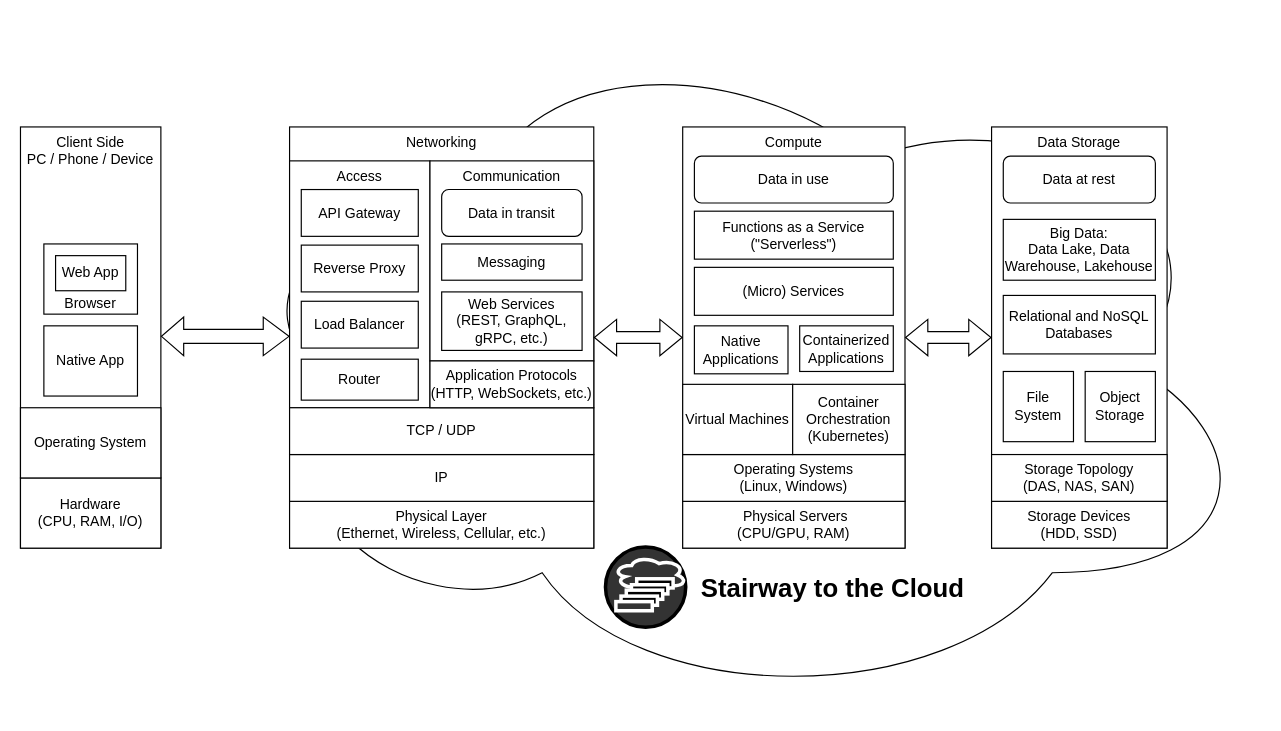
yoadg/yoadg.github.io keeps this draw.io diagram as page "Stack" (2 of 2) of diagrams/cloud.drawio. Above is the earlier version. Source tidied: cells renumbered, new cells numbered last; positions are measured from the earlier drawing's top-left corner, leaving out a move shared by most shapes. Both pictures are drawn from the tidied source at 117%, with x=0, y=0 at pixel (20, 20). Pictures stored in the file or linked from it are replaced by grey dashed boxes.
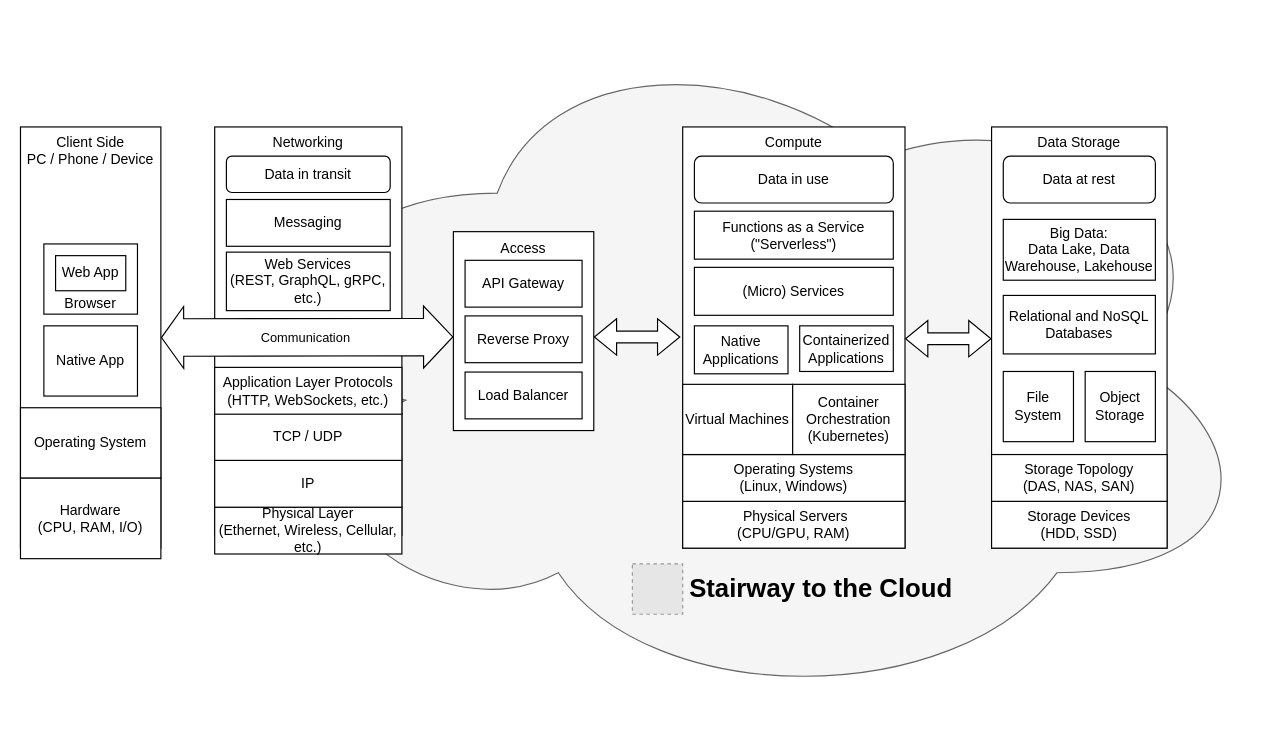
The same page after the edit.

The change refers to these unchanged cells:
```xml
<mxCell id="18" value="Compute" style="rounded=0;whiteSpace=wrap;html=1;verticalAlign=top;" parent="1" vertex="1">
  <mxGeometry x="566" y="91" width="190" height="360" as="geometry" />
</mxCell>
<mxCell id="23" value="Data Storage" style="rounded=0;whiteSpace=wrap;html=1;verticalAlign=top;" parent="1" vertex="1">
  <mxGeometry x="830" y="91" width="150" height="360" as="geometry" />
</mxCell>
```

What changed in the source:
```diff
@@
-    <mxCell id="2" style="ellipse;shape=cloud;whiteSpace=wrap;html=1;" parent="1" vertex="1">
-      <mxGeometry x="170" width="890" height="590" as="geometry" />
+    <mxCell id="2" style="ellipse;shape=cloud;whiteSpace=wrap;html=1;fillColor=#f5f5f5;fontColor=#333333;strokeColor=#666666;" parent="1" vertex="1">
+      <mxGeometry x="190" width="870" height="590" as="geometry" />
     </mxCell>
     <mxCell id="3" value="Networking" style="rounded=0;whiteSpace=wrap;html=1;verticalAlign=top;" parent="1" vertex="1">
-      <mxGeometry x="230" y="91" width="260" height="360" as="geometry" />
+      <mxGeometry x="166" y="91" width="160" height="349" as="geometry" />
     </mxCell>
     <mxCell id="4" value="Access" style="rounded=0;whiteSpace=wrap;html=1;verticalAlign=top;" parent="1" vertex="1">
-      <mxGeometry x="230" y="120" width="120" height="211" as="geometry" />
+      <mxGeometry x="370" y="180.5" width="120" height="170" as="geometry" />
     </mxCell>
-    <mxCell id="5" value="Communication" style="rounded=0;whiteSpace=wrap;html=1;verticalAlign=top;" parent="1" vertex="1">
-      <mxGeometry x="350" y="120" width="140" height="171" as="geometry" />
-    </mxCell>
@@
     <mxCell id="7" value="Hardware &lt;br&gt;(CPU, RAM, I/O)" style="rounded=0;whiteSpace=wrap;html=1;" parent="1" vertex="1">
-      <mxGeometry y="391" width="120" height="60" as="geometry" />
+      <mxGeometry y="391" width="120" height="69" as="geometry" />
     </mxCell>
@@
     <mxCell id="12" value="Physical Layer &lt;br&gt;(Ethernet, Wireless, Cellular, etc.)" style="rounded=0;whiteSpace=wrap;html=1;" parent="1" vertex="1">
-      <mxGeometry x="230" y="411" width="260" height="40" as="geometry" />
+      <mxGeometry x="166" y="416" width="160" height="40" as="geometry" />
     </mxCell>
     <mxCell id="13" value="IP" style="rounded=0;whiteSpace=wrap;html=1;" parent="1" vertex="1">
-      <mxGeometry x="230" y="371" width="260" height="40" as="geometry" />
+      <mxGeometry x="166" y="376" width="160" height="40" as="geometry" />
     </mxCell>
     <mxCell id="14" value="TCP / UDP" style="rounded=0;whiteSpace=wrap;html=1;" parent="1" vertex="1">
-      <mxGeometry x="230" y="331" width="260" height="40" as="geometry" />
+      <mxGeometry x="166" y="336" width="160" height="40" as="geometry" />
     </mxCell>
-    <mxCell id="15" value="Application Protocols (HTTP, WebSockets, etc.)" style="rounded=0;whiteSpace=wrap;html=1;" parent="1" vertex="1">
-      <mxGeometry x="350" y="291" width="140" height="40" as="geometry" />
+    <mxCell id="15" value="Application Layer Protocols &lt;br&gt;(HTTP, WebSockets, etc.)" style="rounded=0;whiteSpace=wrap;html=1;" parent="1" vertex="1">
+      <mxGeometry x="166" y="296.5" width="160" height="40" as="geometry" />
     </mxCell>
     <mxCell id="16" value="Web Services &lt;br&gt;(REST, GraphQL, gRPC, etc.)" style="rounded=0;whiteSpace=wrap;html=1;" parent="1" vertex="1">
-      <mxGeometry x="360" y="232" width="120" height="50" as="geometry" />
+      <mxGeometry x="176" y="198" width="140" height="50" as="geometry" />
     </mxCell>
     <mxCell id="17" value="Messaging" style="rounded=0;whiteSpace=wrap;html=1;" parent="1" vertex="1">
-      <mxGeometry x="360" y="191" width="120" height="31" as="geometry" />
+      <mxGeometry x="176" y="153" width="140" height="40" as="geometry" />
     </mxCell>
@@
-    <mxCell id="33" style="shape=flexArrow;endArrow=classic;startArrow=classic;html=1;rounded=0;exitX=1;exitY=0.5;exitDx=0;exitDy=0;entryX=0;entryY=0.5;entryDx=0;entryDy=0;" parent="1" edge="1" source="18" target="23">
-      <mxGeometry relative="1" as="geometry" />
-    </mxCell>
-    <mxCell id="34" style="shape=flexArrow;endArrow=classic;startArrow=classic;html=1;rounded=0;exitX=1;exitY=0.5;exitDx=0;exitDy=0;width=12;endSize=7;" parent="1" edge="1">
+    <mxCell id="34" value="Communication&amp;nbsp;" style="shape=flexArrow;endArrow=classic;startArrow=classic;html=1;rounded=0;exitX=1;exitY=0.5;exitDx=0;exitDy=0;width=32;endSize=8;fillColor=default;entryX=0;entryY=0.75;entryDx=0;entryDy=0;" parent="1" edge="1">
       <mxGeometry relative="1" as="geometry">
-        <mxPoint x="120" y="270" as="sourcePoint" />
-        <mxPoint x="230" y="270" as="targetPoint" />
+        <mxPoint x="120" y="271" as="sourcePoint" />
+        <mxPoint x="370" y="270.5" as="targetPoint" />
       </mxGeometry>
     </mxCell>
-    <mxCell id="35" value="Router" style="rounded=0;whiteSpace=wrap;html=1;" parent="1" vertex="1">
-      <mxGeometry x="240" y="289.5" width="100" height="35" as="geometry" />
-    </mxCell>
     <mxCell id="36" value="Load Balancer" style="rounded=0;whiteSpace=wrap;html=1;" parent="1" vertex="1">
-      <mxGeometry x="240" y="240" width="100" height="40" as="geometry" />
+      <mxGeometry x="380" y="300.5" width="100" height="40" as="geometry" />
     </mxCell>
     <mxCell id="37" value="Reverse Proxy" style="rounded=0;whiteSpace=wrap;html=1;" parent="1" vertex="1">
-      <mxGeometry x="240" y="192" width="100" height="40" as="geometry" />
+      <mxGeometry x="380" y="252.5" width="100" height="40" as="geometry" />
     </mxCell>
     <mxCell id="38" value="API Gateway" style="rounded=0;whiteSpace=wrap;html=1;" parent="1" vertex="1">
-      <mxGeometry x="240" y="144.5" width="100" height="40" as="geometry" />
+      <mxGeometry x="380" y="205" width="100" height="40" as="geometry" />
     </mxCell>
-    <mxCell id="39" style="group;" parent="1" vertex="1">
-      <mxGeometry x="500" y="450" width="80" height="70" as="geometry" />
-    </mxCell>
-    <mxCell id="40" style="ellipse;whiteSpace=wrap;html=1;fillStyle=solid;strokeColor=#000000;strokeWidth=3;fillColor=#333333;" parent="39" vertex="1">
-      <mxGeometry width="68.6" height="68.6" as="geometry" />
-    </mxCell>
-    <mxCell id="41" style="ellipse;shape=cloud;whiteSpace=wrap;html=1;strokeColor=#FFFFFF;strokeWidth=3;fillColor=none;" parent="39" vertex="1">
-      <mxGeometry x="6.9" y="7.8" width="62.2" height="31.9" as="geometry" />
-    </mxCell>
-    <mxCell id="42" style="rounded=0;whiteSpace=wrap;html=1;strokeColor=#FFFFFF;fillColor=#000000;strokeWidth=3;" parent="39" vertex="1">
-      <mxGeometry x="26.7" y="27.2" width="31.1" height="7.8" as="geometry" />
-    </mxCell>
-    <mxCell id="43" style="rounded=0;whiteSpace=wrap;html=1;strokeColor=#FFFFFF;fillColor=#000000;strokeWidth=3;" parent="39" vertex="1">
-      <mxGeometry x="22.2" y="32.3" width="31.1" height="7.8" as="geometry" />
-    </mxCell>
-    <mxCell id="44" style="rounded=0;whiteSpace=wrap;html=1;strokeColor=#FFFFFF;fillColor=#000000;strokeWidth=3;" parent="39" vertex="1">
-      <mxGeometry x="17.8" y="36.9" width="31.1" height="7.8" as="geometry" />
-    </mxCell>
-    <mxCell id="45" style="rounded=0;whiteSpace=wrap;html=1;strokeColor=#FFFFFF;fillColor=#000000;strokeWidth=3;" parent="39" vertex="1">
-      <mxGeometry x="13.3" y="42" width="31.1" height="7.8" as="geometry" />
-    </mxCell>
-    <mxCell id="46" style="rounded=0;whiteSpace=wrap;html=1;strokeColor=#FFFFFF;fillColor=#333333;strokeWidth=3;" parent="39" vertex="1">
-      <mxGeometry x="8.9" y="46.7" width="31.1" height="7.8" as="geometry" />
-    </mxCell>
     <mxCell id="47" value="&lt;h1 style=&quot;font-size: 22px;&quot;&gt;Stairway to the Cloud&lt;/h1&gt;" style="text;strokeColor=none;align=left;fillColor=none;html=1;verticalAlign=middle;whiteSpace=wrap;rounded=0;fontSize=22;" parent="1" vertex="1">
-      <mxGeometry x="580" y="471" width="270" height="30" as="geometry" />
+      <mxGeometry x="570" y="471" width="270" height="30" as="geometry" />
     </mxCell>
-    <mxCell id="48" style="shape=flexArrow;endArrow=classic;startArrow=classic;html=1;rounded=0;exitX=1;exitY=0.5;exitDx=0;exitDy=0;entryX=0;entryY=0.5;entryDx=0;entryDy=0;" parent="1" edge="1" target="18">
-      <mxGeometry relative="1" as="geometry">
-        <mxPoint x="490" y="271" as="sourcePoint" />
-      </mxGeometry>
-    </mxCell>
@@
     <mxCell id="52" value="Data in transit" style="rounded=1;whiteSpace=wrap;html=1;" parent="1" vertex="1">
-      <mxGeometry x="360" y="144.5" width="120" height="40" as="geometry" />
+      <mxGeometry x="176" y="116" width="140" height="31" as="geometry" />
     </mxCell>
+    <mxCell id="53" style="shape=flexArrow;endArrow=classic;startArrow=classic;html=1;rounded=0;exitX=1;exitY=0.5;exitDx=0;exitDy=0;entryX=0;entryY=0.5;entryDx=0;entryDy=0;fillColor=default;" parent="1" edge="1">
+      <mxGeometry relative="1" as="geometry">
+        <mxPoint x="490" y="270.5" as="sourcePoint" />
+        <mxPoint x="564" y="270.5" as="targetPoint" />
+      </mxGeometry>
+    </mxCell>
+    <mxCell id="54" style="shape=flexArrow;endArrow=classic;startArrow=classic;html=1;rounded=0;exitX=1;exitY=0.5;exitDx=0;exitDy=0;entryX=0;entryY=0.5;entryDx=0;entryDy=0;fillColor=default;" parent="1" edge="1">
+      <mxGeometry relative="1" as="geometry">
+        <mxPoint x="756" y="272" as="sourcePoint" />
+        <mxPoint x="830" y="272" as="targetPoint" />
+      </mxGeometry>
+    </mxCell>
+    <mxCell id="55" style="fillColor=#E6E6E6;strokeColor=#999999;dashed=1;verticalLabelPosition=bottom;verticalAlign=top;" parent="1" vertex="1">
+      <mxGeometry x="523" y="464.5" width="43" height="43" as="geometry" />
+    </mxCell>
```
